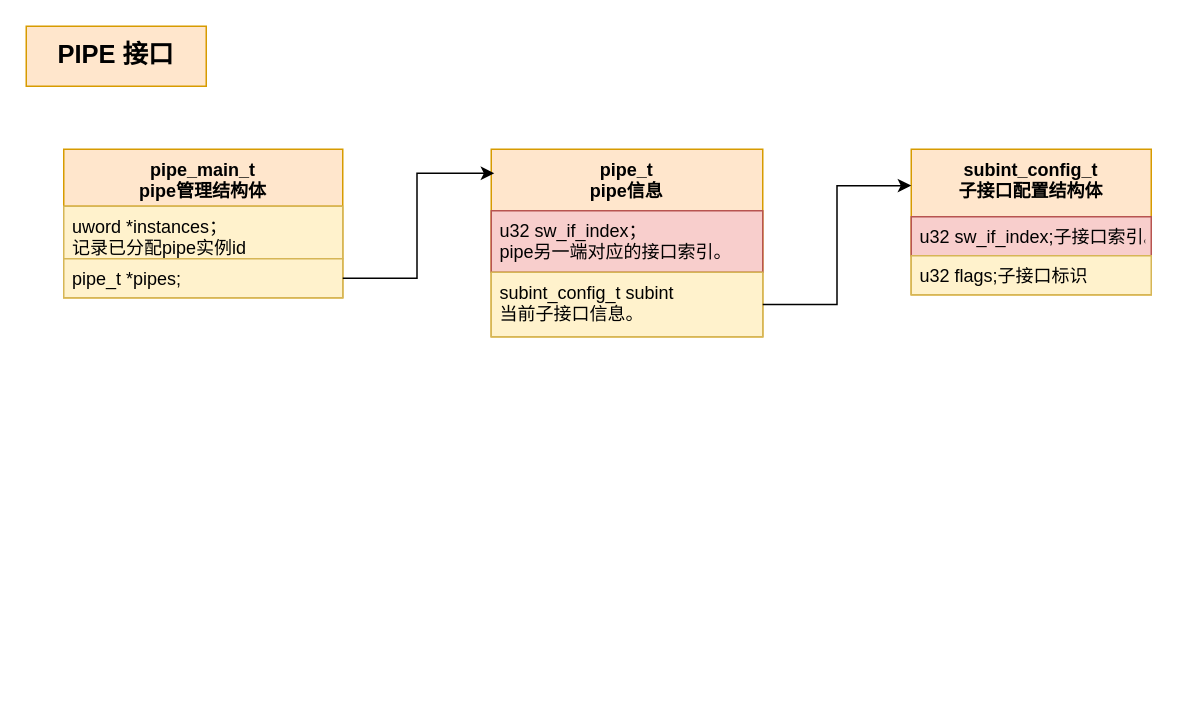
Before: new_map/vnet_devices.drawio in jin13417/dpdk-vpp-learning, a draw.io diagram. Source tidied: cells renumbered, new cells numbered last; positions are measured from the earlier drawing's top-left corner, leaving out a move shared by most shapes. Both pictures are drawn from the tidied source at 150%, with x=0, y=0 at pixel (26, 26).
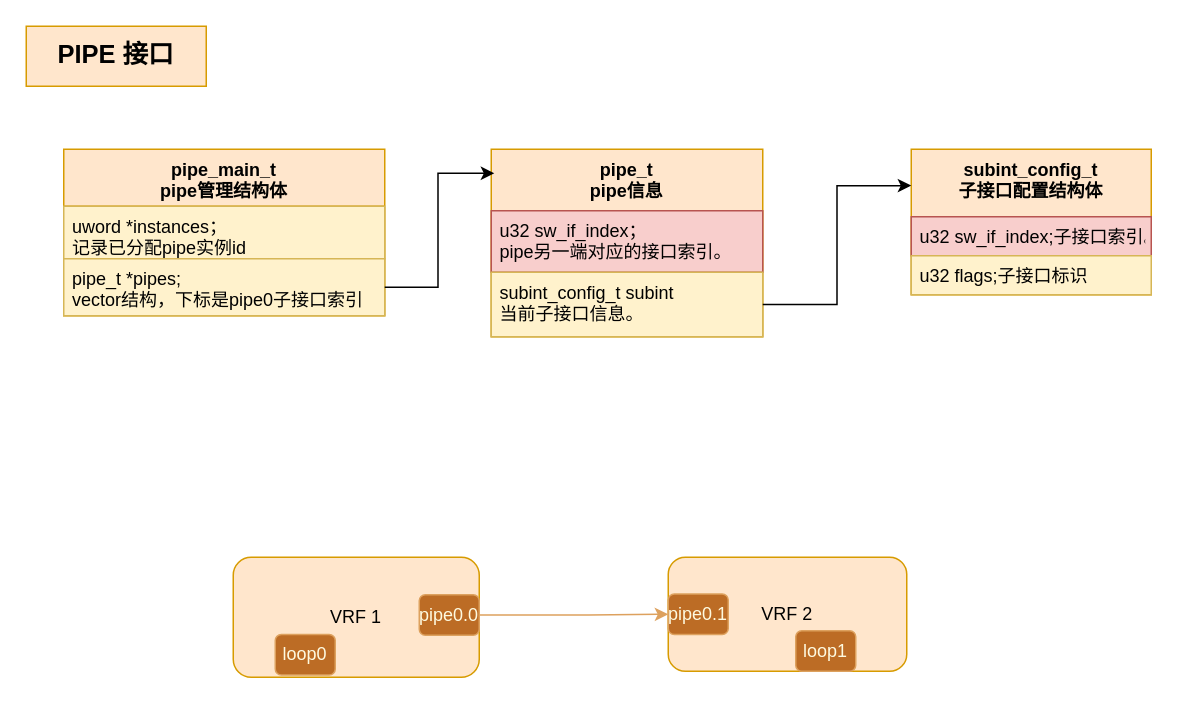
The same page after the edit.

Diff of the diagram source:
```diff
@@
     <mxCell id="3" value="pipe_main_t&#10;pipe管理结构体" style="swimlane;fontStyle=1;align=center;verticalAlign=top;horizontal=1;startSize=38;fontSize=12;fillColor=#ffe6cc;strokeColor=#d79b00;" parent="1" vertex="1">
-      <mxGeometry x="25" y="82" width="186" height="99" as="geometry" />
+      <mxGeometry x="25" y="82" width="214" height="111" as="geometry" />
     </mxCell>
     <mxCell id="4" value="uword *instances；&#10;记录已分配pipe实例id" style="text;strokeColor=#d6b656;fillColor=#fff2cc;align=left;verticalAlign=top;spacingLeft=4;spacingRight=4;overflow=hidden;" parent="3" vertex="1">
-      <mxGeometry y="38" width="186" height="35" as="geometry" />
+      <mxGeometry y="38" width="214" height="35" as="geometry" />
     </mxCell>
-    <mxCell id="5" value="pipe_t *pipes;  " style="text;strokeColor=#d6b656;fillColor=#fff2cc;align=left;verticalAlign=top;spacingLeft=4;spacingRight=4;overflow=hidden;points=[[0,0.5],[1,0.5]];portConstraint=eastwest;" parent="3" vertex="1">
-      <mxGeometry y="73" width="186" height="26" as="geometry" />
+    <mxCell id="5" value="pipe_t *pipes;  &#10;vector结构，下标是pipe0子接口索引" style="text;strokeColor=#d6b656;fillColor=#fff2cc;align=left;verticalAlign=top;spacingLeft=4;spacingRight=4;overflow=hidden;points=[[0,0.5],[1,0.5]];portConstraint=eastwest;" parent="3" vertex="1">
+      <mxGeometry y="73" width="214" height="38" as="geometry" />
     </mxCell>
@@
+    <mxCell id="14" value="VRF 1" style="rounded=1;whiteSpace=wrap;html=1;sketch=0;strokeColor=#d79b00;fillColor=#ffe6cc;" parent="1" vertex="1">
+      <mxGeometry x="138" y="354" width="164" height="80" as="geometry" />
+    </mxCell>
+    <mxCell id="15" value="VRF 2" style="rounded=1;whiteSpace=wrap;html=1;sketch=0;strokeColor=#d79b00;fillColor=#ffe6cc;" parent="1" vertex="1">
+      <mxGeometry x="428" y="354" width="159" height="76" as="geometry" />
+    </mxCell>
+    <mxCell id="16" style="edgeStyle=orthogonalEdgeStyle;curved=0;rounded=1;sketch=0;jettySize=auto;html=1;fontColor=#FEFAE0;strokeColor=#DDA15E;fillColor=#BC6C25;" parent="1" edge="1" source="17" target="18">
+      <mxGeometry relative="1" as="geometry" />
+    </mxCell>
+    <mxCell id="17" value="pipe0.0" style="rounded=1;whiteSpace=wrap;html=1;sketch=0;fontColor=#FEFAE0;strokeColor=#DDA15E;fillColor=#BC6C25;" parent="1" vertex="1">
+      <mxGeometry x="262" y="379" width="40" height="27" as="geometry" />
+    </mxCell>
+    <mxCell id="18" value="pipe0.1" style="rounded=1;whiteSpace=wrap;html=1;sketch=0;fontColor=#FEFAE0;strokeColor=#DDA15E;fillColor=#BC6C25;" parent="1" vertex="1">
+      <mxGeometry x="428" y="378.5" width="40" height="27" as="geometry" />
+    </mxCell>
+    <mxCell id="19" value="loop1" style="rounded=1;whiteSpace=wrap;html=1;sketch=0;fontColor=#FEFAE0;strokeColor=#DDA15E;fillColor=#BC6C25;" parent="1" vertex="1">
+      <mxGeometry x="513" y="403" width="40" height="27" as="geometry" />
+    </mxCell>
+    <mxCell id="20" value="loop0" style="rounded=1;whiteSpace=wrap;html=1;sketch=0;fontColor=#FEFAE0;strokeColor=#DDA15E;fillColor=#BC6C25;" parent="1" vertex="1">
+      <mxGeometry x="166" y="405.5" width="40" height="27" as="geometry" />
+    </mxCell>
```
